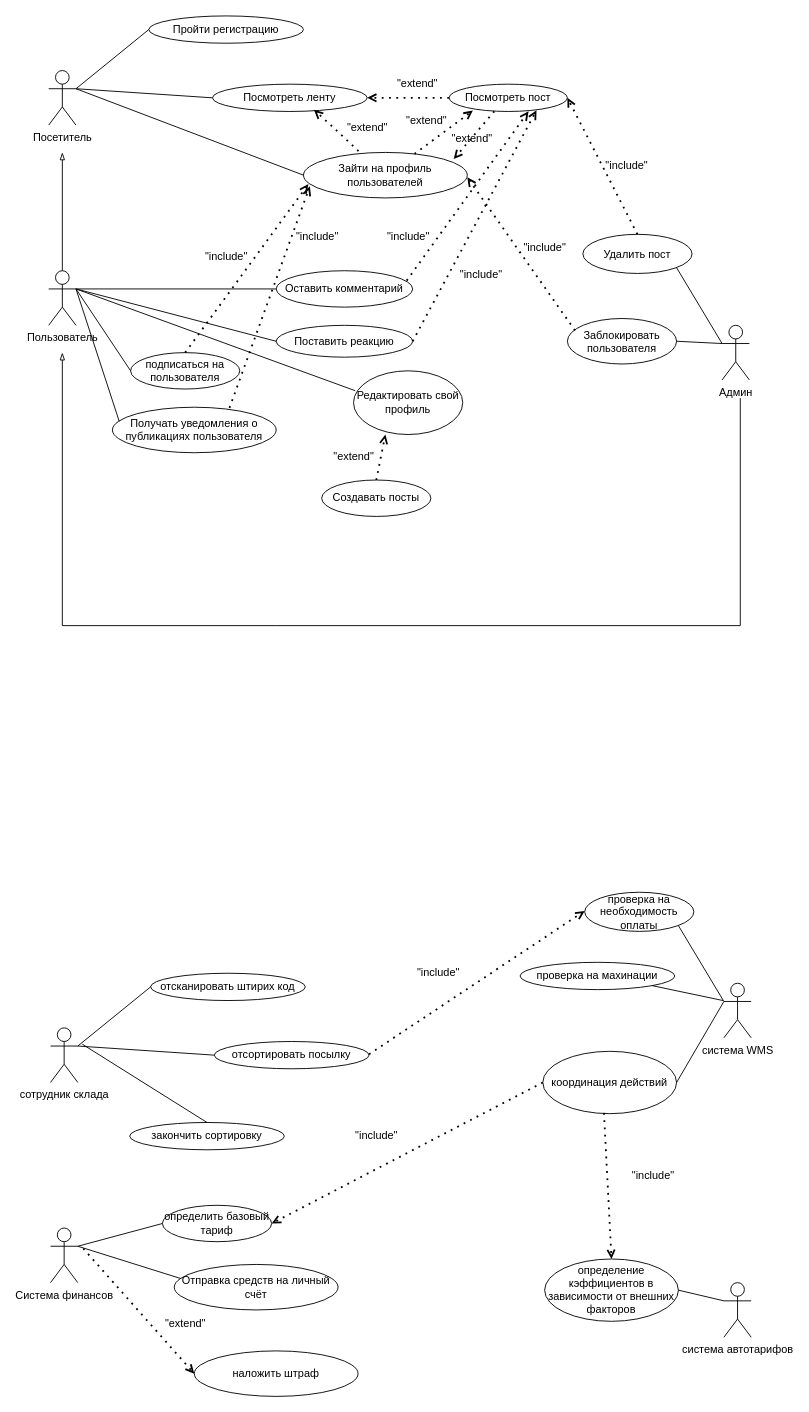
Earlier version of the draw.io diagram page "lab2" (8 of 8) of MiniToolStream_idef0.drawio (moroshma/MiniToolStream). Source tidied: cells renumbered, new cells numbered last; positions are measured from the earlier drawing's top-left corner, leaving out a move shared by most shapes. Both pictures are drawn from the tidied source at 91%, with x=0, y=0 at pixel (48, 15).
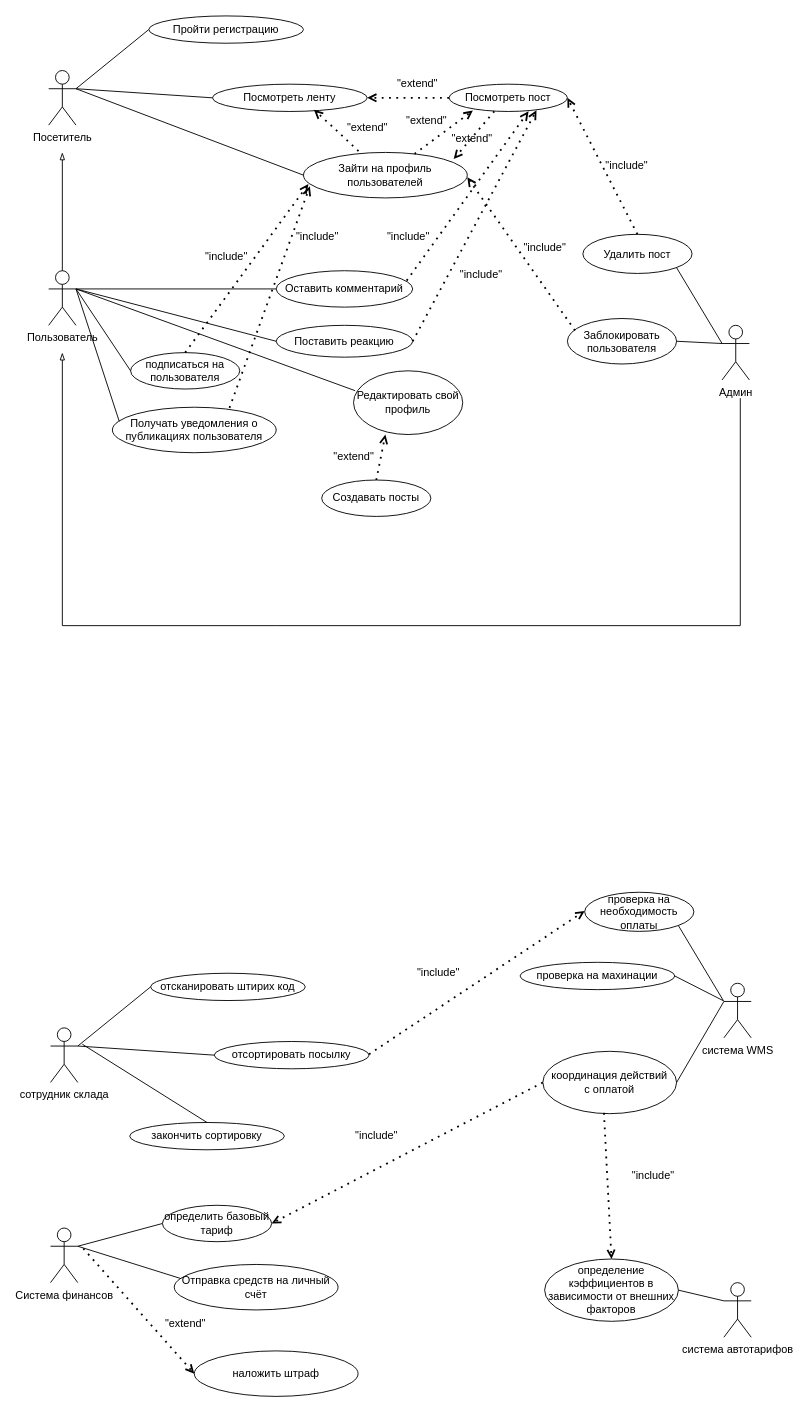
The same diagram, later.

Unchanged cells that the change refers to:
```xml
<mxCell id="79" value="проверка на махинации" style="ellipse;whiteSpace=wrap;html=1;" parent="1" vertex="1">
  <mxGeometry x="518" y="1040" width="170" height="30" as="geometry" />
</mxCell>
```

Diff of the diagram source:
```diff
@@
-    <mxCell id="67" value="координация действий" style="ellipse;whiteSpace=wrap;html=1;" parent="1" vertex="1">
+    <mxCell id="67" value="координация действий&lt;br&gt;с оплатой" style="ellipse;whiteSpace=wrap;html=1;" parent="1" vertex="1">
       <mxGeometry x="543" y="1137.8" width="147" height="68.5" as="geometry" />
     </mxCell>
@@
-    <mxCell id="81" style="endArrow=none;html=1;rounded=0;exitX=1;exitY=1;exitDx=0;exitDy=0;" parent="1" edge="1" source="79">
+    <mxCell id="81" style="endArrow=none;html=1;rounded=0;exitX=1;exitY=0.5;exitDx=0;exitDy=0;" parent="1" edge="1" source="79">
       <mxGeometry relative="1" as="geometry">
         <mxPoint x="741" y="1082" as="targetPoint" />
       </mxGeometry>
     </mxCell>
```
